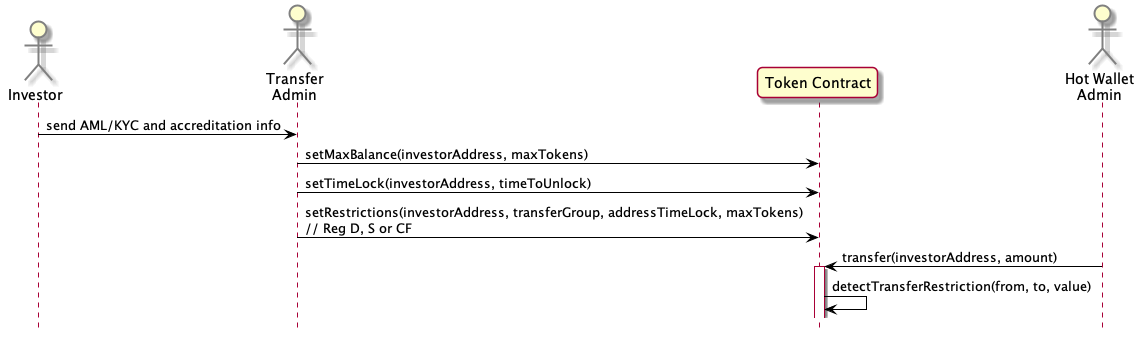
Before: docs/plant-uml-diagrams/basic-issuance.png, a diagram exported from PlantUML (melmel27/comakery).
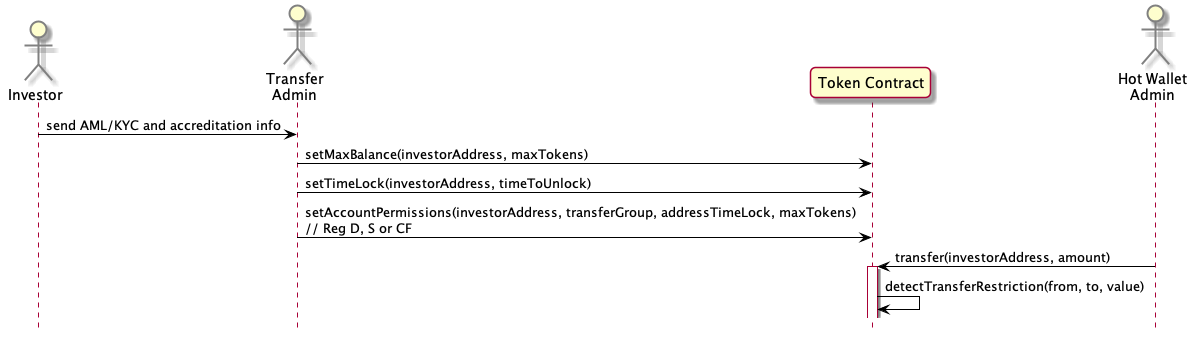
Above is the later version.

The edit, as a diff of the source:
```diff
@@ -13,7 +13,7 @@
 Investor -> TAdmin: send AML/KYC and accreditation info
 TAdmin -> Token: setMaxBalance(investorAddress, maxTokens)
 TAdmin -> Token: setTimeLock(investorAddress, timeToUnlock)
-TAdmin -> Token: setRestrictions(investorAddress, transferGroup, addressTimeLock, maxTokens)\n// Reg D, S or CF
+TAdmin -> Token: setAccountPermissions(investorAddress, transferGroup, addressTimeLock, maxTokens)\n// Reg D, S or CF
 HAdmin -> Token: transfer(investorAddress, amount)
 activate Token
 Token -> Token: detectTransferRestriction(from, to, value)
```
